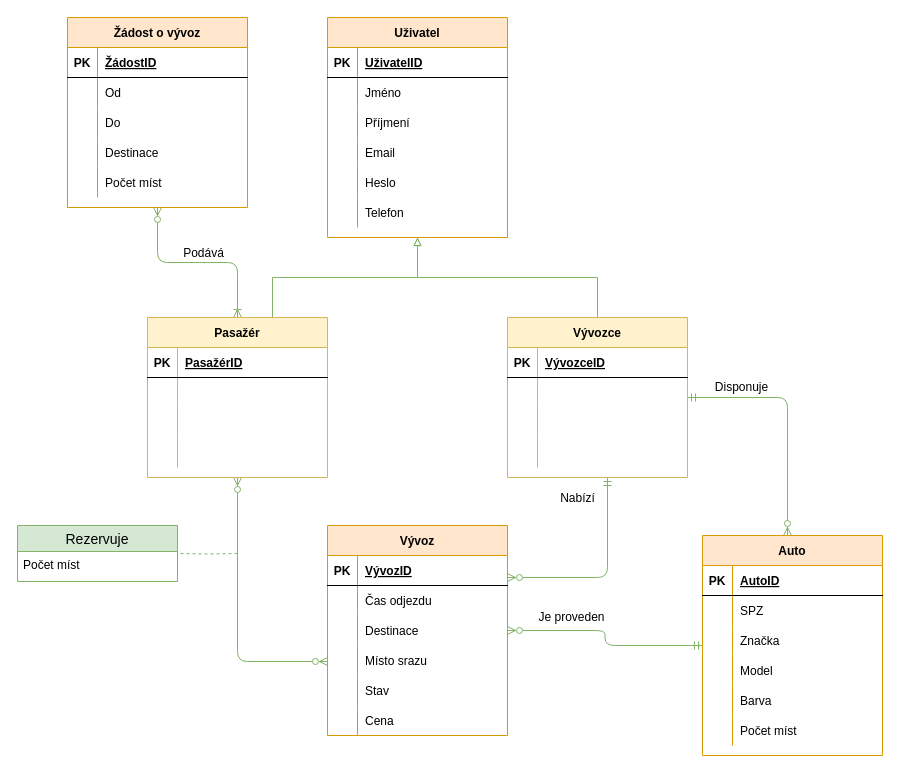
Above: docs/diagrams/ER.drawio in MarekPetr/PGTrans (draw.io), before the change. Source tidied: cells renumbered, new cells numbered last; positions are measured from the earlier drawing's top-left corner, leaving out a move shared by most shapes. Both pictures are drawn from the tidied source at 100%, with x=0, y=0 at pixel (17, 17).
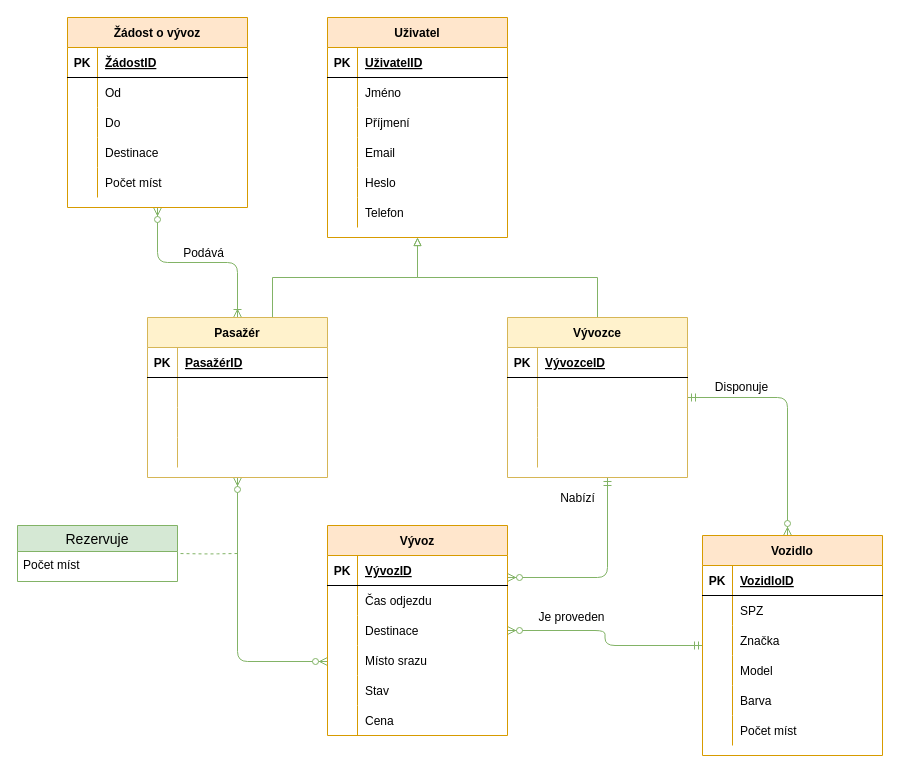
The same page after the edit.

The change refers to these unchanged cells:
```xml
<mxCell id="94" style="shape=partialRectangle;fillColor=none;top=0;left=0;bottom=1;right=0;" parent="93" vertex="1">
  <mxGeometry y="30" width="180" height="30" as="geometry" />
</mxCell>
```

Diff of the diagram source:
```diff
@@
-    <mxCell id="93" value="Auto" style="shape=table;startSize=30;childLayout=tableLayout;rowLines=0;fontStyle=1;align=center;fillColor=#ffe6cc;strokeColor=#d79b00;" parent="1" vertex="1">
+    <mxCell id="93" value="Vozidlo" style="shape=table;startSize=30;childLayout=tableLayout;rowLines=0;fontStyle=1;align=center;fillColor=#ffe6cc;strokeColor=#d79b00;" parent="1" vertex="1">
       <mxGeometry x="685" y="518" width="180" height="220" as="geometry" />
     </mxCell>
@@
-    <mxCell id="96" value="AutoID" style="shape=partialRectangle;fillColor=none;top=0;left=0;bottom=0;right=0;align=left;spacingLeft=6;fontStyle=5;overflow=hidden;" parent="94" vertex="1">
+    <mxCell id="96" value="VozidloID" style="shape=partialRectangle;fillColor=none;top=0;left=0;bottom=0;right=0;align=left;spacingLeft=6;fontStyle=5;overflow=hidden;" parent="94" vertex="1">
       <mxGeometry x="30" width="150" height="30" as="geometry" />
     </mxCell>
```
